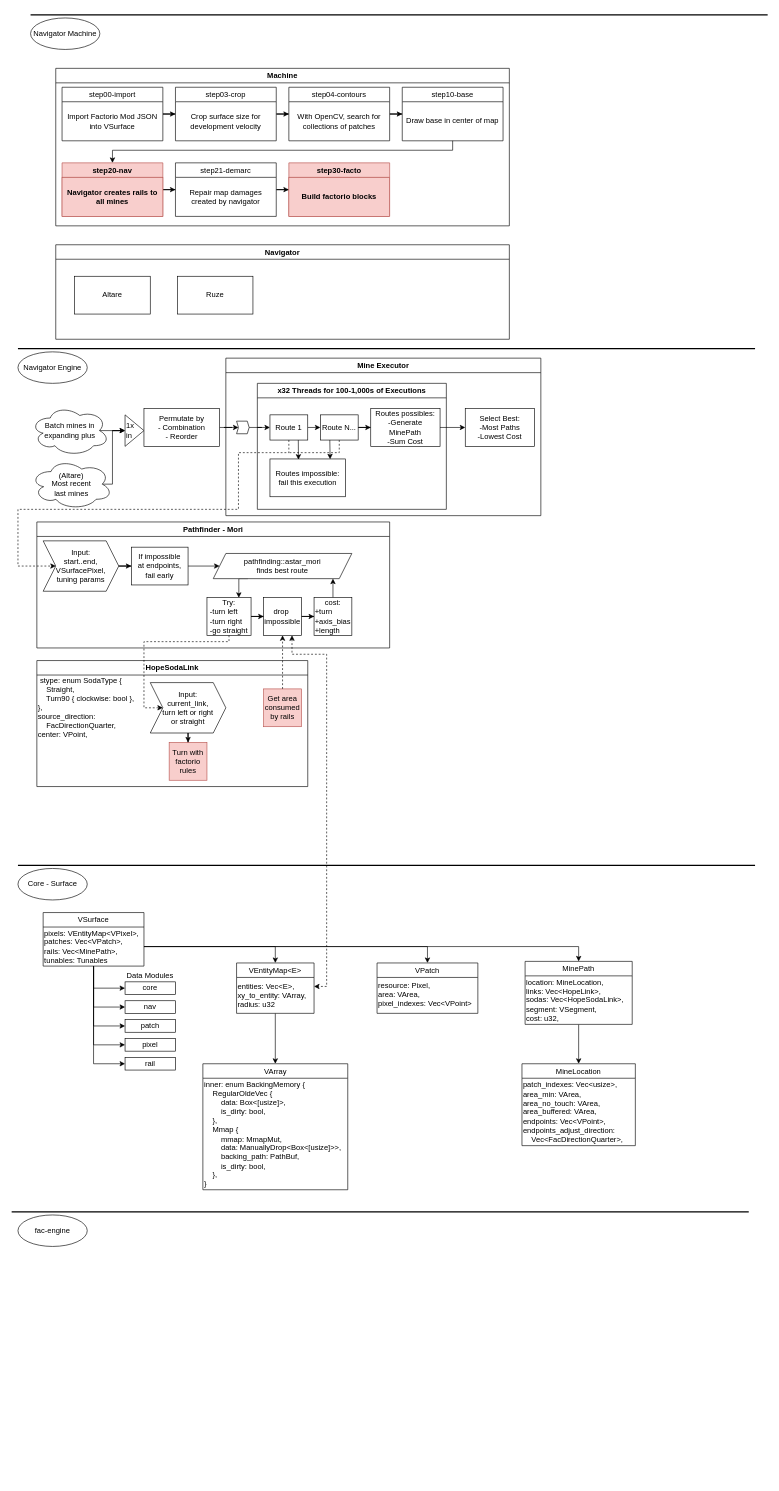
Earlier version of the draw.io diagram facto-loop-miner.drawio (TheLQ/tako-diagrams). Source tidied: cells renumbered, new cells numbered last; positions are measured from the earlier drawing's top-left corner, leaving out a move shared by most shapes. Both pictures are drawn from the tidied source at 63%, with x=0, y=0 at pixel (11, 11).
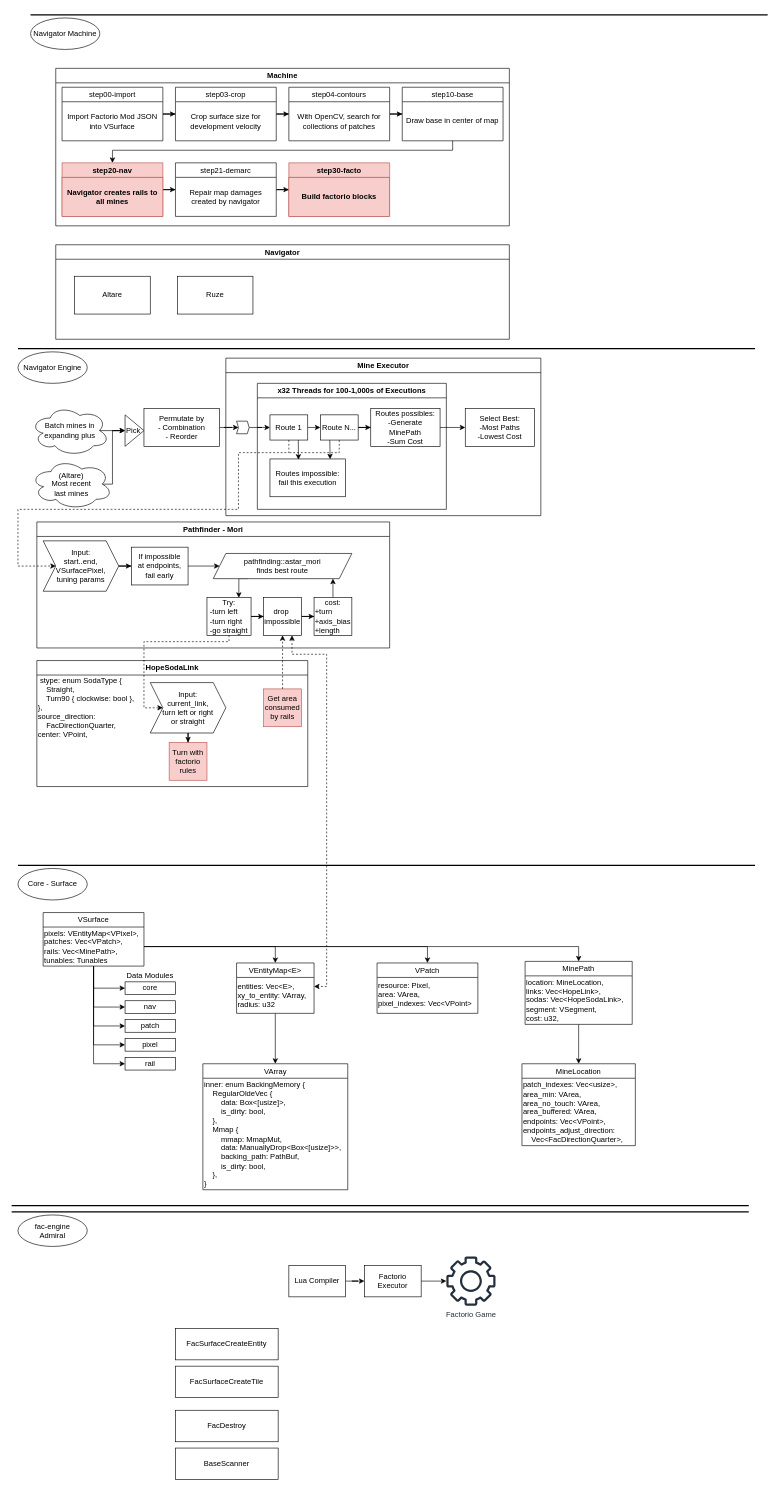
After the change.

Commit message:
facto: initial engine

What changed in the source:
```diff
@@
-    <mxCell id="33" value="fac-engine" style="ellipse;whiteSpace=wrap;html=1;" parent="1" vertex="1">
+    <mxCell id="33" value="&lt;div&gt;fac-engine&lt;/div&gt;&lt;div&gt;Admiral&lt;/div&gt;" style="ellipse;whiteSpace=wrap;html=1;" parent="1" vertex="1">
       <mxGeometry x="10" y="1910" width="110" height="50" as="geometry" />
     </mxCell>
@@
-    <mxCell id="81" value="&lt;div align=&quot;left&quot;&gt;1x&lt;br&gt;in&lt;/div&gt;" style="triangle;whiteSpace=wrap;html=1;align=left;" parent="1" vertex="1">
+    <mxCell id="81" value="Pick" style="triangle;whiteSpace=wrap;html=1;align=left;" parent="1" vertex="1">
       <mxGeometry x="180" y="640" width="30" height="50" as="geometry" />
     </mxCell>
@@
+    <mxCell id="108" style="line;strokeWidth=2;html=1;" parent="1" vertex="1">
+      <mxGeometry y="1890" width="1170" height="10" as="geometry" />
+    </mxCell>
+    <mxCell id="109" style="edgeStyle=orthogonalEdgeStyle;rounded=0;jettySize=auto;html=1;" parent="1" edge="1" source="110" target="113">
+      <mxGeometry relative="1" as="geometry" />
+    </mxCell>
+    <mxCell id="110" value="&lt;div&gt;Lua Compiler&lt;/div&gt;" style="rounded=0;whiteSpace=wrap;html=1;" parent="1" vertex="1">
+      <mxGeometry x="440" y="1990" width="90" height="50" as="geometry" />
+    </mxCell>
+    <mxCell id="111" value="Factorio Game" style="sketch=0;outlineConnect=0;fontColor=#232F3E;gradientColor=none;fillColor=#232F3D;strokeColor=none;dashed=0;verticalLabelPosition=bottom;verticalAlign=top;align=center;html=1;fontSize=12;fontStyle=0;shape=mxgraph.aws4.gear;" parent="1" vertex="1">
+      <mxGeometry x="690" y="1976" width="78" height="78" as="geometry" />
+    </mxCell>
+    <mxCell id="112" style="edgeStyle=orthogonalEdgeStyle;rounded=0;jettySize=auto;html=1;" parent="1" edge="1" source="113" target="111">
+      <mxGeometry relative="1" as="geometry" />
+    </mxCell>
+    <mxCell id="113" value="Factorio Executor" style="rounded=0;whiteSpace=wrap;html=1;" parent="1" vertex="1">
+      <mxGeometry x="560" y="1990" width="90" height="50" as="geometry" />
+    </mxCell>
+    <mxCell id="114" value="FacSurfaceCreateEntity" style="rounded=0;whiteSpace=wrap;html=1;" parent="1" vertex="1">
+      <mxGeometry x="260" y="2090" width="163" height="50" as="geometry" />
+    </mxCell>
+    <mxCell id="115" value="FacSurfaceCreateTile" style="rounded=0;whiteSpace=wrap;html=1;" parent="1" vertex="1">
+      <mxGeometry x="260" y="2150" width="163" height="50" as="geometry" />
+    </mxCell>
+    <mxCell id="116" value="FacDestroy" style="rounded=0;whiteSpace=wrap;html=1;" parent="1" vertex="1">
+      <mxGeometry x="260" y="2220" width="163" height="50" as="geometry" />
+    </mxCell>
+    <mxCell id="117" value="BaseScanner" style="rounded=0;whiteSpace=wrap;html=1;" parent="1" vertex="1">
+      <mxGeometry x="260" y="2280" width="163" height="50" as="geometry" />
+    </mxCell>
```
